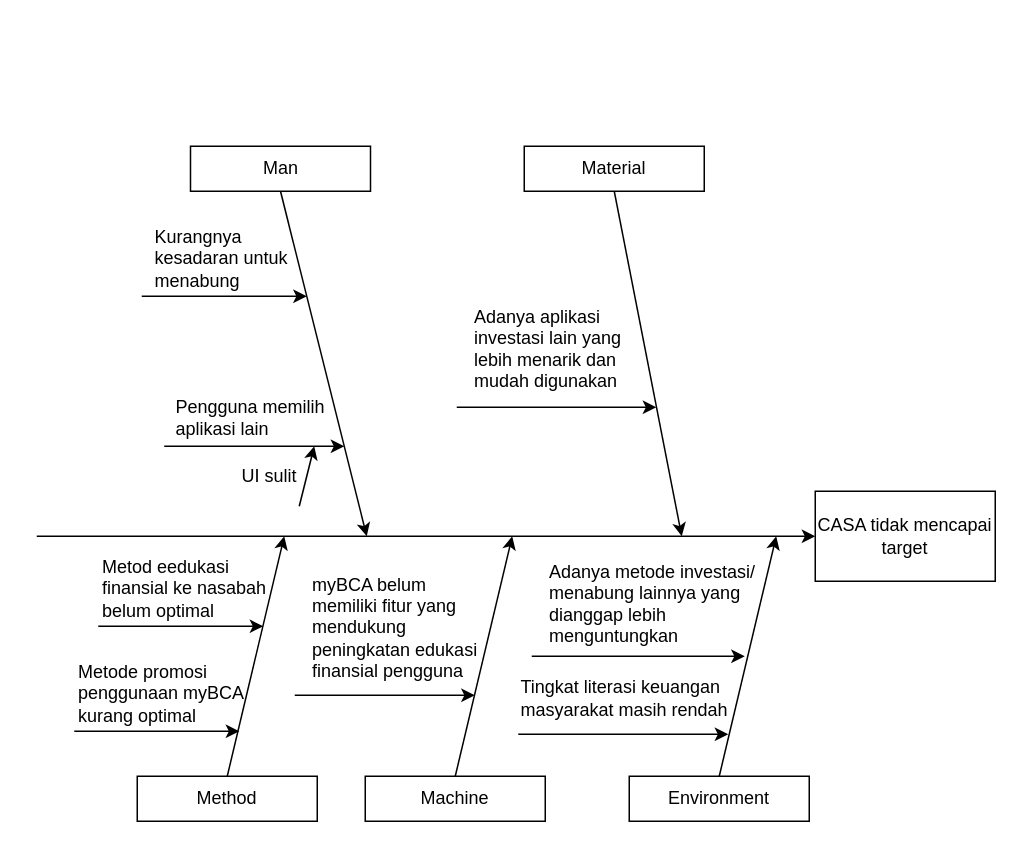
nicolenatsh/Nicole keeps this draw.io diagram as fishbone.drawio. Above is the earlier version. Source tidied: cells renumbered, new cells numbered last; positions are measured from the earlier drawing's top-left corner, leaving out a move shared by most shapes. Both pictures are drawn from the tidied source at 150%, with x=0, y=0 at pixel (36, 146).
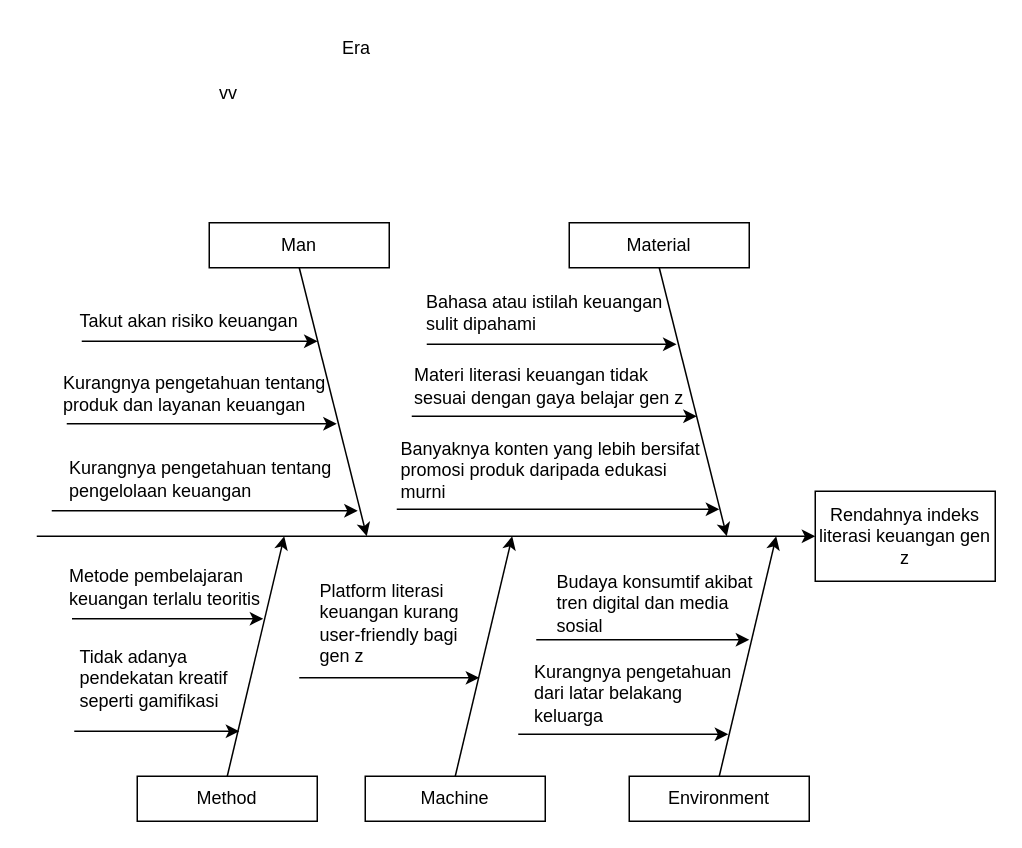
Above is the later version.

Commit message:
fishbone revisi

Diff of the diagram source:
```diff
@@
-    <mxCell id="2" value="CASA tidak mencapai target" style="rounded=0;whiteSpace=wrap;html=1;" parent="1" vertex="1">
+    <mxCell id="2" value="Rendahnya indeks literasi keuangan gen z" style="rounded=0;whiteSpace=wrap;html=1;" parent="1" vertex="1">
       <mxGeometry x="519" y="230" width="120" height="60" as="geometry" />
     </mxCell>
@@
     <mxCell id="4" value="Man" style="rounded=0;whiteSpace=wrap;html=1;" parent="1" vertex="1">
-      <mxGeometry x="102.5" width="120" height="30" as="geometry" />
+      <mxGeometry x="115" y="51" width="120" height="30" as="geometry" />
     </mxCell>
@@
     <mxCell id="6" style="endArrow=classic;html=1;rounded=0;" parent="1" edge="1">
       <mxGeometry relative="1" as="geometry">
-        <mxPoint x="85" y="200" as="sourcePoint" />
-        <mxPoint x="205" y="200" as="targetPoint" />
+        <mxPoint x="20" y="185" as="sourcePoint" />
+        <mxPoint x="200" y="185" as="targetPoint" />
       </mxGeometry>
     </mxCell>
-    <mxCell id="7" value="Pengguna memilih aplikasi lain" style="text;html=1;align=left;verticalAlign=middle;whiteSpace=wrap;rounded=0;" parent="1" vertex="1">
-      <mxGeometry x="91" y="166" width="110" height="30" as="geometry" />
+    <mxCell id="7" value="Kurangnya pengetahuan tentang pengelolaan keuangan" style="text;html=1;align=left;verticalAlign=middle;whiteSpace=wrap;rounded=0;" parent="1" vertex="1">
+      <mxGeometry x="19.9" y="202" width="177.8" height="40" as="geometry" />
     </mxCell>
     <mxCell id="8" style="endArrow=classic;html=1;rounded=0;" parent="1" edge="1">
       <mxGeometry relative="1" as="geometry">
-        <mxPoint x="175" y="240" as="sourcePoint" />
-        <mxPoint x="185" y="200" as="targetPoint" />
+        <mxPoint x="10" y="243" as="sourcePoint" />
+        <mxPoint x="214" y="243" as="targetPoint" />
       </mxGeometry>
     </mxCell>
-    <mxCell id="9" value="UI sulit" style="text;html=1;align=left;verticalAlign=middle;whiteSpace=wrap;rounded=0;" parent="1" vertex="1">
-      <mxGeometry x="135" y="210" width="45" height="20" as="geometry" />
+    <mxCell id="9" value="Takut akan risiko keuangan" style="text;html=1;align=left;verticalAlign=middle;whiteSpace=wrap;rounded=0;" parent="1" vertex="1">
+      <mxGeometry x="27" y="107" width="148" height="20" as="geometry" />
     </mxCell>
     <mxCell id="10" style="endArrow=classic;html=1;rounded=0;" parent="1" edge="1">
       <mxGeometry relative="1" as="geometry">
-        <mxPoint x="70" y="100" as="sourcePoint" />
-        <mxPoint x="180" y="100" as="targetPoint" />
+        <mxPoint x="30" y="130" as="sourcePoint" />
+        <mxPoint x="187.2" y="130" as="targetPoint" />
       </mxGeometry>
     </mxCell>
-    <mxCell id="11" value="Kurangnya kesadaran untuk menabung" style="text;html=1;align=left;verticalAlign=middle;whiteSpace=wrap;rounded=0;" parent="1" vertex="1">
-      <mxGeometry x="77" y="60" width="100" height="30" as="geometry" />
-    </mxCell>
     <mxCell id="12" value="Material" style="rounded=0;whiteSpace=wrap;html=1;" parent="1" vertex="1">
-      <mxGeometry x="325" width="120" height="30" as="geometry" />
+      <mxGeometry x="355" y="51" width="120" height="30" as="geometry" />
     </mxCell>
     <mxCell id="13" style="endArrow=classic;html=1;rounded=0;exitX=0.5;exitY=1;exitDx=0;exitDy=0;" parent="1" edge="1" source="12">
       <mxGeometry relative="1" as="geometry">
-        <mxPoint x="430" y="260" as="targetPoint" />
+        <mxPoint x="460" y="260" as="targetPoint" />
       </mxGeometry>
     </mxCell>
     <mxCell id="14" style="endArrow=classic;html=1;rounded=0;" parent="1" edge="1">
       <mxGeometry relative="1" as="geometry">
-        <mxPoint x="280" y="174" as="sourcePoint" />
-        <mxPoint x="413" y="174" as="targetPoint" />
+        <mxPoint x="240" y="242" as="sourcePoint" />
+        <mxPoint x="455" y="242" as="targetPoint" />
       </mxGeometry>
     </mxCell>
-    <mxCell id="15" value="Adanya aplikasi investasi lain yang lebih menarik dan mudah digunakan" style="text;html=1;align=left;verticalAlign=middle;whiteSpace=wrap;rounded=0;" parent="1" vertex="1">
-      <mxGeometry x="290" y="110" width="121" height="50" as="geometry" />
+    <mxCell id="15" value="vv" style="text;html=1;align=left;verticalAlign=middle;whiteSpace=wrap;rounded=0;" parent="1" vertex="1">
+      <mxGeometry x="120" y="-60" width="121" height="50" as="geometry" />
     </mxCell>
@@
-    <mxCell id="18" style="endArrow=classic;html=1;rounded=0;" parent="1" edge="1">
+    <mxCell id="18" style="endArrow=classic;html=1;rounded=0;exitX=0;exitY=1;exitDx=0;exitDy=0;" parent="1" edge="1">
       <mxGeometry relative="1" as="geometry">
-        <mxPoint x="41" y="320" as="sourcePoint" />
-        <mxPoint x="151" y="320" as="targetPoint" />
+        <mxPoint x="23.5" y="315" as="sourcePoint" />
+        <mxPoint x="151" y="315" as="targetPoint" />
       </mxGeometry>
     </mxCell>
-    <mxCell id="19" value="Metod eedukasi finansial ke nasabah belum optimal" style="text;html=1;align=left;verticalAlign=middle;whiteSpace=wrap;rounded=0;" parent="1" vertex="1">
-      <mxGeometry x="42" y="280" width="118" height="30" as="geometry" />
+    <mxCell id="19" value="Metode pembelajaran keuangan terlalu teoritis" style="text;html=1;align=left;verticalAlign=middle;whiteSpace=wrap;rounded=0;" parent="1" vertex="1">
+      <mxGeometry x="19.5" y="274" width="136.5" height="40" as="geometry" />
     </mxCell>
@@
-    <mxCell id="21" value="Metode promosi penggunaan myBCA kurang optimal" style="text;html=1;align=left;verticalAlign=middle;whiteSpace=wrap;rounded=0;" parent="1" vertex="1">
-      <mxGeometry x="26" y="350" width="118" height="30" as="geometry" />
+    <mxCell id="21" value="Tidak adanya pendekatan kreatif seperti gamifikasi" style="text;html=1;align=left;verticalAlign=middle;whiteSpace=wrap;rounded=0;" parent="1" vertex="1">
+      <mxGeometry x="27" y="330" width="118" height="50" as="geometry" />
     </mxCell>
@@
     <mxCell id="24" style="endArrow=classic;html=1;rounded=0;" parent="1" edge="1">
       <mxGeometry relative="1" as="geometry">
-        <mxPoint x="172" y="366" as="sourcePoint" />
-        <mxPoint x="292" y="366" as="targetPoint" />
+        <mxPoint x="175" y="354.4" as="sourcePoint" />
+        <mxPoint x="295" y="354.4" as="targetPoint" />
       </mxGeometry>
     </mxCell>
-    <mxCell id="25" value="myBCA belum memiliki fitur yang mendukung peningkatan edukasi finansial pengguna" style="text;html=1;align=left;verticalAlign=middle;whiteSpace=wrap;rounded=0;" parent="1" vertex="1">
-      <mxGeometry x="182" y="306" width="115" height="30" as="geometry" />
+    <mxCell id="25" value="Platform literasi keuangan kurang user-friendly bagi gen z" style="text;html=1;align=left;verticalAlign=middle;whiteSpace=wrap;rounded=0;" parent="1" vertex="1">
+      <mxGeometry x="187" y="286" width="112.6" height="64" as="geometry" />
     </mxCell>
@@
     <mxCell id="28" style="endArrow=classic;html=1;rounded=0;" parent="1" edge="1">
       <mxGeometry relative="1" as="geometry">
-        <mxPoint x="330" y="340" as="sourcePoint" />
-        <mxPoint x="472" y="340" as="targetPoint" />
+        <mxPoint x="333" y="329" as="sourcePoint" />
+        <mxPoint x="475" y="329" as="targetPoint" />
       </mxGeometry>
     </mxCell>
-    <mxCell id="29" value="Adanya metode investasi/ menabung lainnya yang dianggap lebih menguntungkan" style="text;html=1;align=left;verticalAlign=middle;whiteSpace=wrap;rounded=0;" parent="1" vertex="1">
-      <mxGeometry x="340" y="270" width="140" height="70" as="geometry" />
+    <mxCell id="29" value="Budaya konsumtif akibat tren digital dan media sosial" style="text;html=1;align=left;verticalAlign=middle;whiteSpace=wrap;rounded=0;" parent="1" vertex="1">
+      <mxGeometry x="345" y="280" width="140" height="50" as="geometry" />
     </mxCell>
@@
-    <mxCell id="31" value="Tingkat literasi keuangan masyarakat masih rendah" style="text;html=1;align=left;verticalAlign=middle;whiteSpace=wrap;rounded=0;" parent="1" vertex="1">
-      <mxGeometry x="321" y="353" width="146" height="30" as="geometry" />
-    </mxCell>
+    <mxCell id="32" value="Era&amp;nbsp;" style="text;html=1;align=left;verticalAlign=middle;whiteSpace=wrap;rounded=0;" parent="1" vertex="1">
+      <mxGeometry x="201.5" y="-80" width="129.5" height="30" as="geometry" />
+    </mxCell>
+    <mxCell id="33" style="endArrow=classic;html=1;rounded=0;" parent="1" edge="1">
+      <mxGeometry relative="1" as="geometry">
+        <mxPoint x="250" y="180" as="sourcePoint" />
+        <mxPoint x="440" y="180" as="targetPoint" />
+      </mxGeometry>
+    </mxCell>
+    <mxCell id="34" value="Kurangnya pengetahuan dari latar belakang keluarga" style="text;html=1;align=left;verticalAlign=middle;whiteSpace=wrap;rounded=0;" parent="1" vertex="1">
+      <mxGeometry x="330" y="340" width="140" height="50" as="geometry" />
+    </mxCell>
+    <mxCell id="11" value="Kurangnya pengetahuan tentang produk dan layanan keuangan" style="text;html=1;align=left;verticalAlign=middle;whiteSpace=wrap;rounded=0;" parent="1" vertex="1">
+      <mxGeometry x="16" y="150" width="185.5" height="30" as="geometry" />
+    </mxCell>
+    <mxCell id="35" value="Bahasa atau istilah keuangan sulit dipahami" style="text;html=1;align=left;verticalAlign=middle;whiteSpace=wrap;rounded=0;" parent="1" vertex="1">
+      <mxGeometry x="258" y="91" width="161" height="40" as="geometry" />
+    </mxCell>
+    <mxCell id="36" value="Banyaknya konten yang lebih bersifat promosi produk daripada edukasi murni" style="text;html=1;align=left;verticalAlign=middle;whiteSpace=wrap;rounded=0;" parent="1" vertex="1">
+      <mxGeometry x="241" y="190" width="210" height="52" as="geometry" />
+    </mxCell>
+    <mxCell id="37" style="endArrow=classic;html=1;rounded=0;" parent="1" edge="1">
+      <mxGeometry relative="1" as="geometry">
+        <mxPoint x="260" y="132" as="sourcePoint" />
+        <mxPoint x="426.5" y="132" as="targetPoint" />
+      </mxGeometry>
+    </mxCell>
+    <mxCell id="38" value="Materi literasi keuangan tidak sesuai dengan gaya belajar gen z" style="text;html=1;align=left;verticalAlign=middle;whiteSpace=wrap;rounded=0;" parent="1" vertex="1">
+      <mxGeometry x="250" y="140" width="190" height="40" as="geometry" />
+    </mxCell>
```
